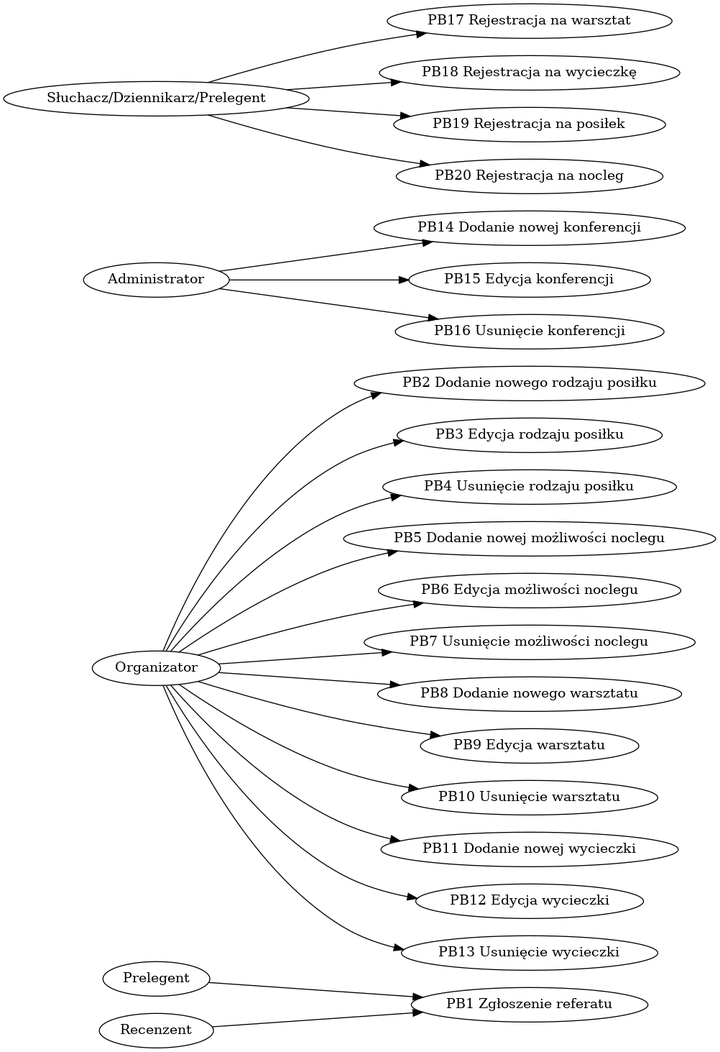
Above: pb.png in zyla/iop_konferencja (Graphviz), before the change. Its source is kept beside it as pb.dot.
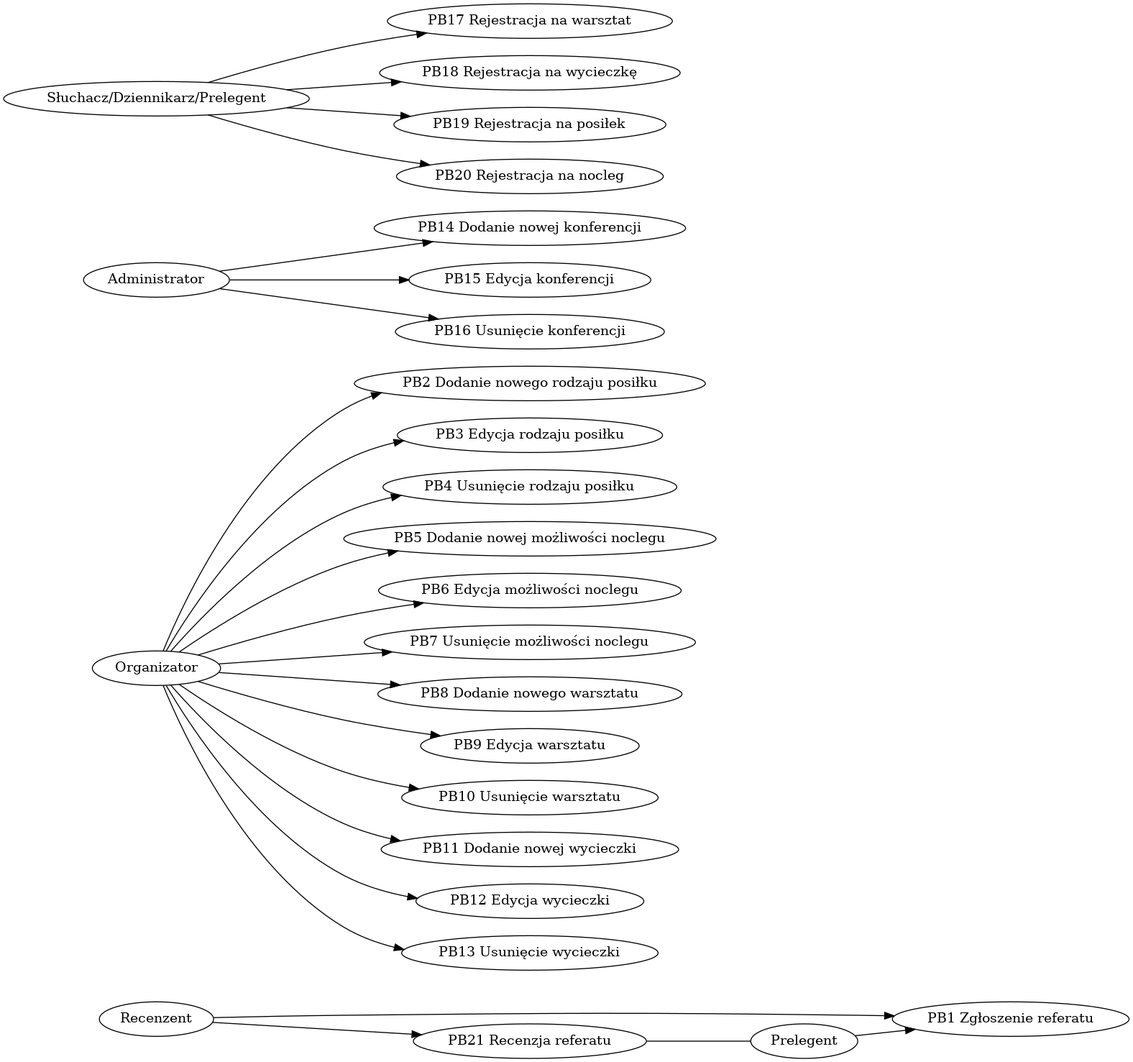
The same file after the commit.

Diff of the diagram source:
```diff
@@ -19,4 +19,6 @@
 "Słuchacz/Dziennikarz/Prelegent" -> "PB18 Rejestracja na wycieczkę"
 "Słuchacz/Dziennikarz/Prelegent" -> "PB19 Rejestracja na posiłek"
 "Słuchacz/Dziennikarz/Prelegent" -> "PB20 Rejestracja na nocleg"
+"Recenzent" -> "PB21 Recenzja referatu"
+"PB21 Recenzja referatu" -> "Prelegent" [dir=none]
  }
```
